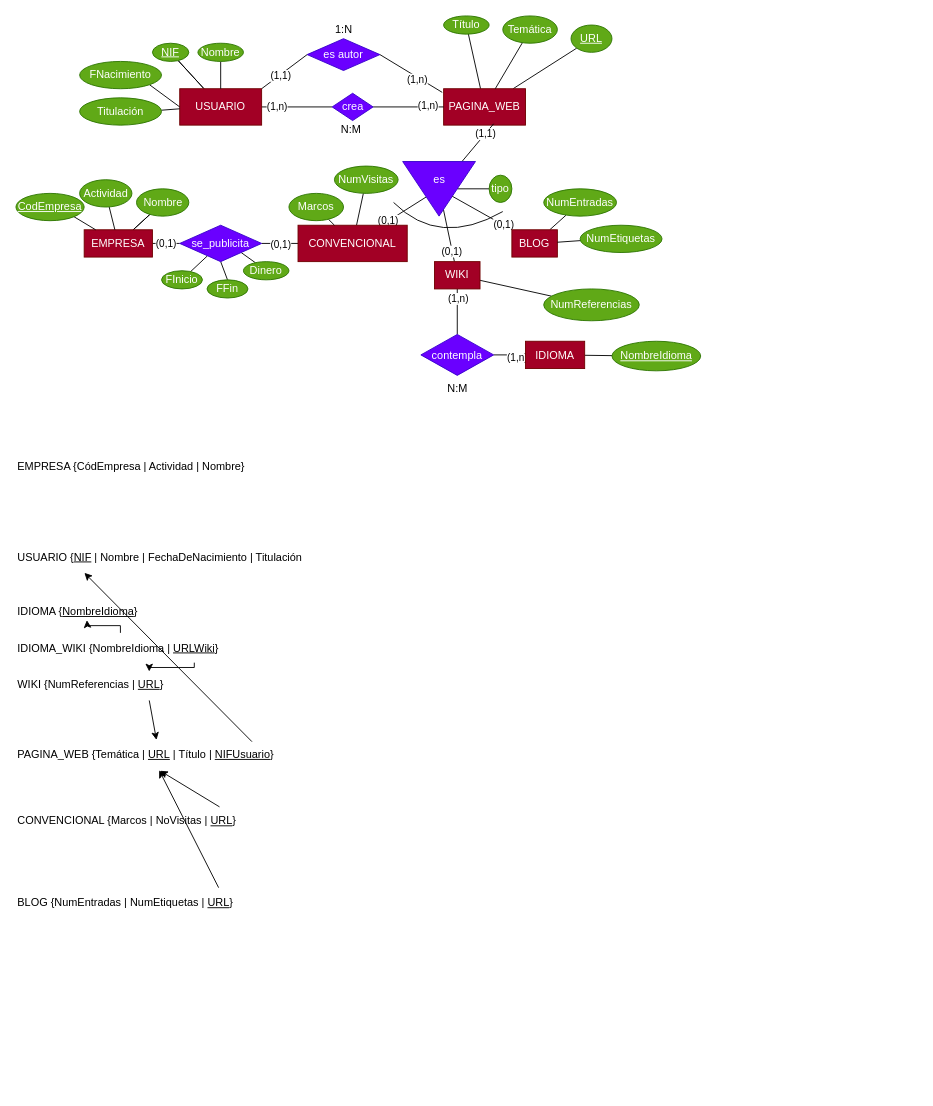
Above: page "Ejercicio 10" (3 of 3) of Ejercicio8-9-10.drawio in antonionavarro04/diagramas (draw.io), before the change. Source tidied: cells renumbered, new cells numbered last; positions are measured from the earlier drawing's top-left corner, leaving out a move shared by most shapes. Both pictures are drawn from the tidied source at 91%, with x=0, y=0 at pixel (15, 15).
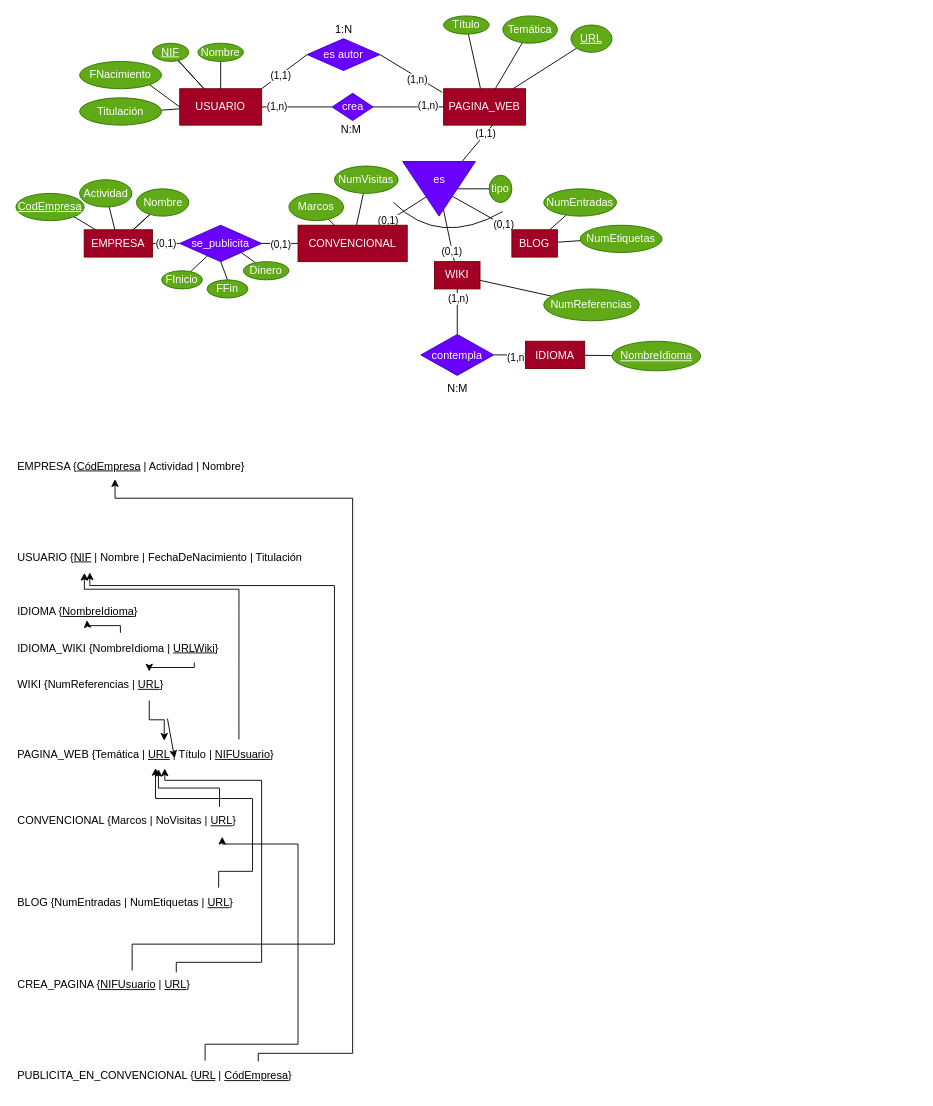
The same page after the edit.

Unchanged cells that the change refers to:
```xml
<mxCell id="86" value="USUARIO {&lt;u&gt;NIF&lt;/u&gt; | Nombre | FechaDeNacimiento | Titulación" style="text;html=1;strokeColor=none;fillColor=none;align=left;verticalAlign=middle;whiteSpace=wrap;rounded=0;fontStyle=0;" parent="1" vertex="1">
  <mxGeometry y="580" width="990" height="30" as="geometry" />
</mxCell>
<mxCell id="88" value="CONVENCIONAL {Marcos | NoVisitas | &lt;u&gt;URL&lt;/u&gt;}" style="text;html=1;strokeColor=none;fillColor=none;align=left;verticalAlign=middle;whiteSpace=wrap;rounded=0;fontStyle=0;" parent="1" vertex="1">
  <mxGeometry y="870" width="990" height="30" as="geometry" />
</mxCell>
<mxCell id="89" value="WIKI {NumReferencias | &lt;u&gt;URL&lt;/u&gt;}" style="text;html=1;strokeColor=none;fillColor=none;align=left;verticalAlign=middle;whiteSpace=wrap;rounded=0;fontStyle=0;" parent="1" vertex="1">
  <mxGeometry y="720" width="990" height="30" as="geometry" />
</mxCell>
<mxCell id="92" value="BLOG {NumEntradas | NumEtiquetas | &lt;u&gt;URL&lt;/u&gt;}" style="text;html=1;strokeColor=none;fillColor=none;align=left;verticalAlign=middle;whiteSpace=wrap;rounded=0;fontStyle=0;" parent="1" vertex="1">
  <mxGeometry y="960" width="990" height="30" as="geometry" />
</mxCell>
```

What changed in the source:
```diff
@@
-    <mxCell id="84" value="EMPRESA {CódEmpresa | Actividad | Nombre}" style="text;html=1;strokeColor=none;fillColor=none;align=left;verticalAlign=middle;whiteSpace=wrap;rounded=0;fontStyle=0;" parent="1" vertex="1">
+    <mxCell id="84" value="EMPRESA {&lt;u&gt;CódEmpresa&lt;/u&gt; | Actividad | Nombre}" style="text;html=1;strokeColor=none;fillColor=none;align=left;verticalAlign=middle;whiteSpace=wrap;rounded=0;fontStyle=0;" parent="1" vertex="1">
       <mxGeometry y="480" width="990" height="30" as="geometry" />
     </mxCell>
@@
     <mxCell id="87" value="PAGINA_WEB {Temática | &lt;u&gt;URL&lt;/u&gt;&amp;nbsp;| Título | &lt;u&gt;NIFUsuario&lt;/u&gt;}" style="text;html=1;strokeColor=none;fillColor=none;align=left;verticalAlign=middle;whiteSpace=wrap;rounded=0;fontStyle=0;" parent="1" vertex="1">
-      <mxGeometry y="797" width="990" height="30" as="geometry" />
+      <mxGeometry y="797" width="290" height="30" as="geometry" />
     </mxCell>
@@
-    <mxCell id="90" style="endArrow=classic;html=1;rounded=0;exitX=0.226;exitY=-0.028;exitDx=0;exitDy=0;exitPerimeter=0;entryX=0.16;entryY=1.084;entryDx=0;entryDy=0;entryPerimeter=0;endFill=1;" parent="1" edge="1" source="88" target="87">
+    <mxCell id="90" style="endArrow=classic;html=1;rounded=0;exitX=0.226;exitY=-0.028;exitDx=0;exitDy=0;exitPerimeter=0;entryX=0.54;entryY=1.017;entryDx=0;entryDy=0;entryPerimeter=0;endFill=1;edgeStyle=orthogonalEdgeStyle;" parent="1" edge="1" source="88" target="87">
       <mxGeometry relative="1" as="geometry" />
     </mxCell>
-    <mxCell id="91" style="endArrow=classic;html=1;rounded=0;exitX=0.148;exitY=1.074;exitDx=0;exitDy=0;exitPerimeter=0;entryX=0.156;entryY=-0.048;entryDx=0;entryDy=0;entryPerimeter=0;endFill=1;" parent="1" edge="1" source="89" target="87">
+    <mxCell id="91" style="endArrow=classic;html=1;rounded=0;exitX=0.148;exitY=1.074;exitDx=0;exitDy=0;exitPerimeter=0;entryX=0.562;entryY=-0.017;entryDx=0;entryDy=0;entryPerimeter=0;endFill=1;edgeStyle=orthogonalEdgeStyle;" parent="1" edge="1" source="89" target="87">
       <mxGeometry relative="1" as="geometry" />
     </mxCell>
@@
-    <mxCell id="93" style="endArrow=classic;html=1;rounded=0;exitX=0.225;exitY=-0.068;exitDx=0;exitDy=0;exitPerimeter=0;entryX=0.159;entryY=1.064;entryDx=0;entryDy=0;entryPerimeter=0;endFill=1;" parent="1" edge="1" source="92" target="87">
-      <mxGeometry relative="1" as="geometry" />
+    <mxCell id="93" style="endArrow=classic;html=1;rounded=0;exitX=0.225;exitY=-0.068;exitDx=0;exitDy=0;exitPerimeter=0;entryX=0.529;entryY=0.983;entryDx=0;entryDy=0;entryPerimeter=0;endFill=1;edgeStyle=orthogonalEdgeStyle;" parent="1" edge="1" source="92" target="87">
+      <mxGeometry relative="1" as="geometry">
+        <Array as="points">
+          <mxPoint x="223" y="940" />
+          <mxPoint x="260" y="940" />
+          <mxPoint x="260" y="860" />
+          <mxPoint x="153" y="860" />
+        </Array>
+      </mxGeometry>
     </mxCell>
@@
-    <mxCell id="97" style="endArrow=classic;html=1;rounded=0;exitX=0.262;exitY=0.017;exitDx=0;exitDy=0;exitPerimeter=0;endFill=1;entryX=0.076;entryY=1.067;entryDx=0;entryDy=0;entryPerimeter=0;" parent="1" edge="1" source="87" target="86">
-      <mxGeometry relative="1" as="geometry" />
+    <mxCell id="97" style="endArrow=classic;html=1;rounded=0;exitX=0.845;exitY=-0.067;exitDx=0;exitDy=0;exitPerimeter=0;endFill=1;entryX=0.076;entryY=1.067;entryDx=0;entryDy=0;entryPerimeter=0;edgeStyle=orthogonalEdgeStyle;" parent="1" edge="1" source="87" target="86">
+      <mxGeometry relative="1" as="geometry">
+        <Array as="points">
+          <mxPoint x="245" y="630" />
+          <mxPoint x="75" y="630" />
+        </Array>
+      </mxGeometry>
     </mxCell>
+    <mxCell id="98" style="endArrow=classic;html=1;rounded=0;exitX=0.148;exitY=1.074;exitDx=0;exitDy=0;exitPerimeter=0;entryX=0.156;entryY=-0.048;entryDx=0;entryDy=0;entryPerimeter=0;endFill=1;" parent="1" edge="1">
+      <mxGeometry relative="1" as="geometry">
+        <mxPoint x="166.5" y="772.2" as="sourcePoint" />
+        <mxPoint x="174.4" y="815.6" as="targetPoint" />
+      </mxGeometry>
+    </mxCell>
+    <mxCell id="99" value="CREA_PAGINA {&lt;u&gt;NIFUsuario&lt;/u&gt; | &lt;u&gt;URL&lt;/u&gt;}" style="text;html=1;strokeColor=none;fillColor=none;align=left;verticalAlign=middle;whiteSpace=wrap;rounded=0;fontStyle=0;" parent="1" vertex="1">
+      <mxGeometry y="1050" width="990" height="30" as="geometry" />
+    </mxCell>
+    <mxCell id="100" style="endArrow=classic;html=1;rounded=0;exitX=0.178;exitY=0.033;exitDx=0;exitDy=0;exitPerimeter=0;entryX=0.564;entryY=1;entryDx=0;entryDy=0;entryPerimeter=0;endFill=1;edgeStyle=orthogonalEdgeStyle;" parent="1" edge="1" source="99" target="87">
+      <mxGeometry relative="1" as="geometry">
+        <Array as="points">
+          <mxPoint x="176" y="1040" />
+          <mxPoint x="270" y="1040" />
+          <mxPoint x="270" y="840" />
+          <mxPoint x="164" y="840" />
+        </Array>
+      </mxGeometry>
+    </mxCell>
+    <mxCell id="101" style="endArrow=classic;html=1;rounded=0;endFill=1;exitX=0.129;exitY=-0.033;exitDx=0;exitDy=0;exitPerimeter=0;entryX=0.082;entryY=1.05;entryDx=0;entryDy=0;entryPerimeter=0;edgeStyle=orthogonalEdgeStyle;" parent="1" edge="1" source="99" target="86">
+      <mxGeometry relative="1" as="geometry">
+        <Array as="points">
+          <mxPoint x="128" y="1020" />
+          <mxPoint x="350" y="1020" />
+          <mxPoint x="350" y="626" />
+          <mxPoint x="81" y="626" />
+        </Array>
+      </mxGeometry>
+    </mxCell>
+    <mxCell id="102" value="PUBLICITA_EN_CONVENCIONAL {&lt;u&gt;URL&lt;/u&gt; | &lt;u&gt;CódEmpresa&lt;/u&gt;}" style="text;html=1;strokeColor=none;fillColor=none;align=left;verticalAlign=middle;whiteSpace=wrap;rounded=0;fontStyle=0;" parent="1" vertex="1">
+      <mxGeometry y="1150" width="990" height="30" as="geometry" />
+    </mxCell>
+    <mxCell id="103" style="endArrow=classic;html=1;rounded=0;exitX=0.21;exitY=-0.067;exitDx=0;exitDy=0;exitPerimeter=0;endFill=1;entryX=0.229;entryY=1.067;entryDx=0;entryDy=0;entryPerimeter=0;edgeStyle=orthogonalEdgeStyle;" parent="1" edge="1" source="102" target="88">
+      <mxGeometry relative="1" as="geometry">
+        <Array as="points">
+          <mxPoint x="208" y="1130" />
+          <mxPoint x="310" y="1130" />
+          <mxPoint x="310" y="910" />
+          <mxPoint x="227" y="910" />
+        </Array>
+      </mxGeometry>
+    </mxCell>
+    <mxCell id="104" style="endArrow=classic;html=1;rounded=0;exitX=0.269;exitY=-0.033;exitDx=0;exitDy=0;exitPerimeter=0;edgeStyle=orthogonalEdgeStyle;entryX=0.11;entryY=0.967;entryDx=0;entryDy=0;entryPerimeter=0;endFill=1;" parent="1" edge="1" source="102" target="84">
+      <mxGeometry relative="1" as="geometry">
+        <Array as="points">
+          <mxPoint x="266" y="1140" />
+          <mxPoint x="370" y="1140" />
+          <mxPoint x="370" y="530" />
+          <mxPoint x="109" y="530" />
+        </Array>
+      </mxGeometry>
+    </mxCell>
```
